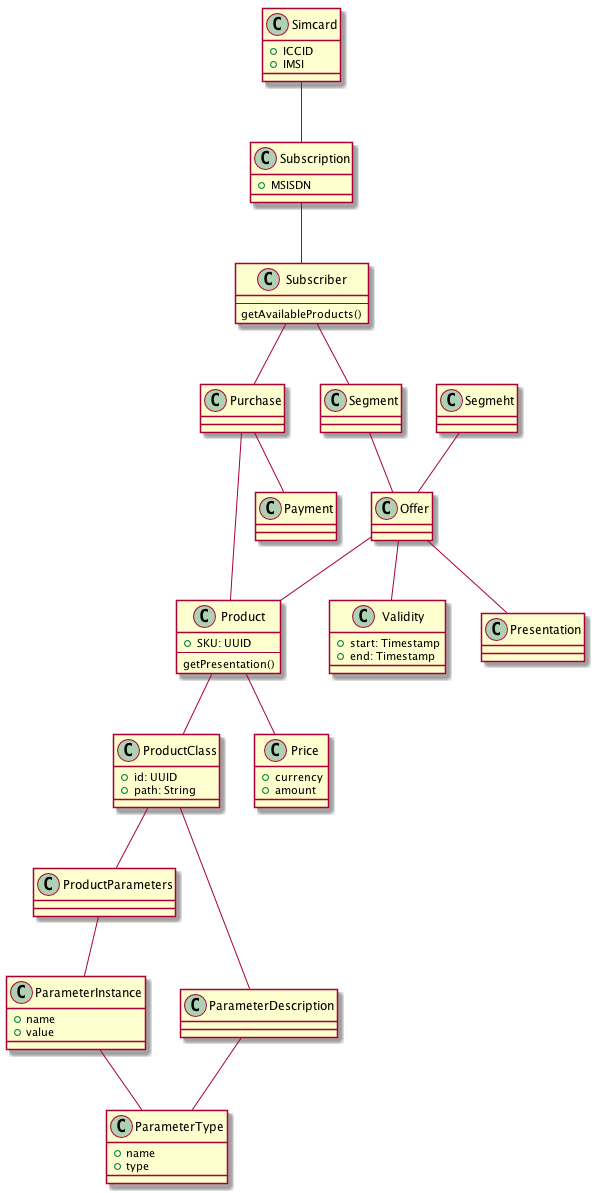
Earlier version of the PlantUML export docs/domain-model/classes.png (ostelco/ostelco-core).
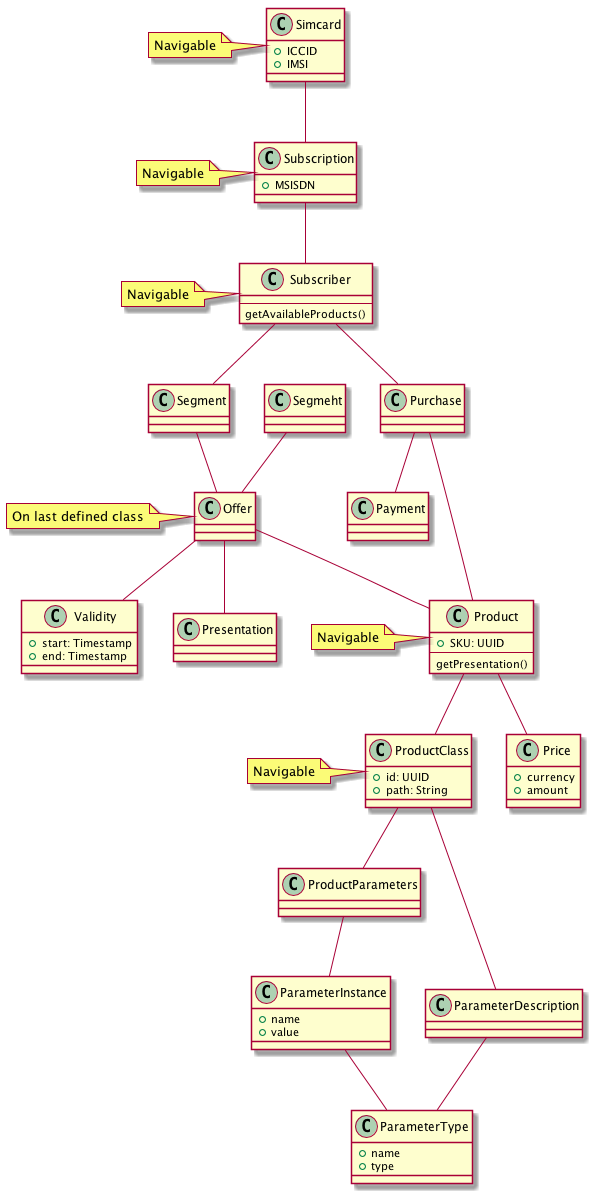
After the change.

Commit message:
Make a note of which classes can be used to navigate

What changed in the source:
```diff
@@ -5,16 +5,20 @@
   + ICCID
   + IMSI
 }
+note left: Navigable
+
 
 class Subscription {
  + MSISDN
 }
+note left: Navigable
 
 
 class ProductClass {
   + id: UUID
   + path: String
 }
+note left: Navigable
 
 class ParameterType {
   + name
@@ -38,6 +42,7 @@
  --
  getPresentation()
 }
+note left: Navigable
 
 class Validity {
  + start: Timestamp
@@ -48,9 +53,11 @@
 --
   getAvailableProducts()
 }
+note left: Navigable
 
-
-
+class Offer{
+}
+note left: On last defined class
 
 
 
```
